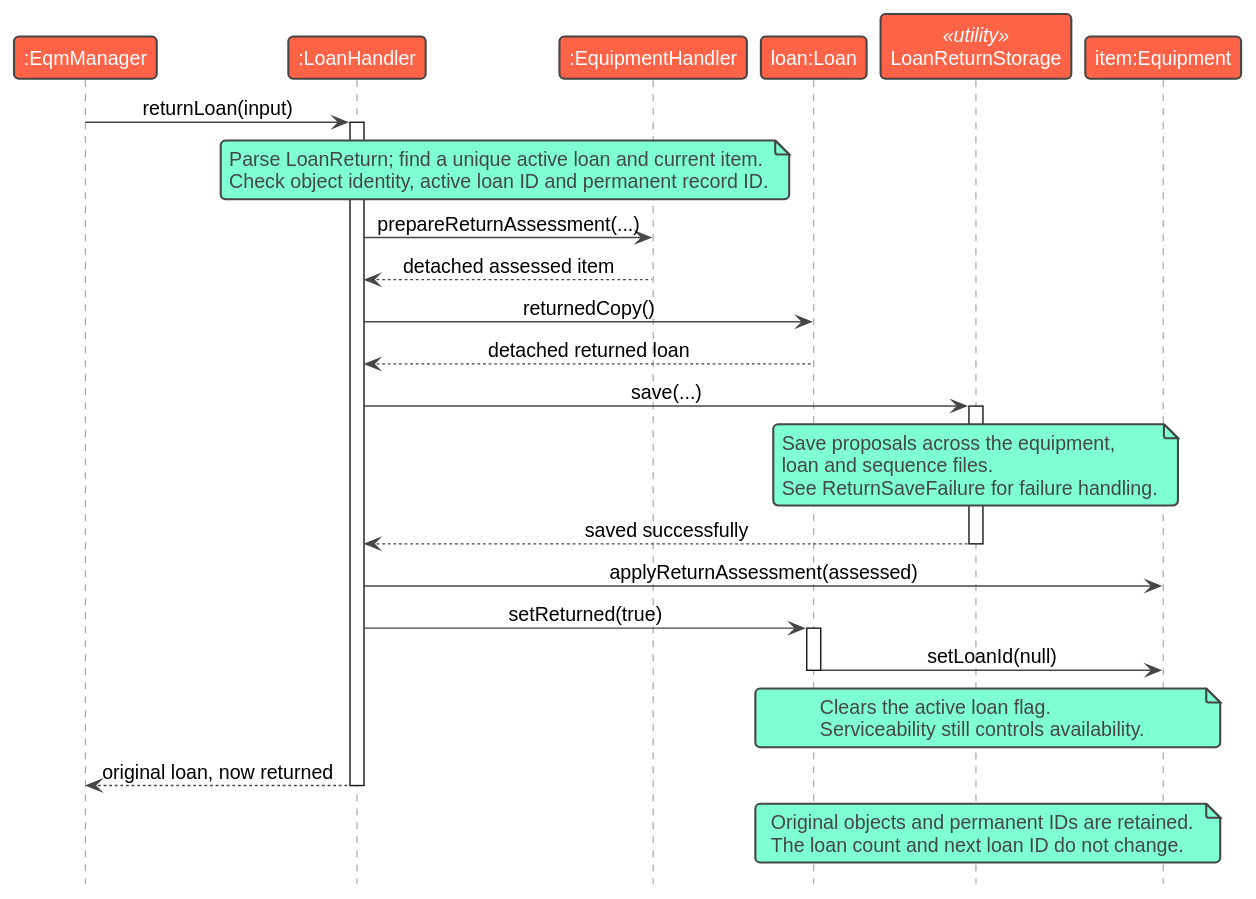
The PlantUML diagram docs/images/ReturnSequence.svg in AY2627S1-CS2113-W13-1/tp, before a commit.
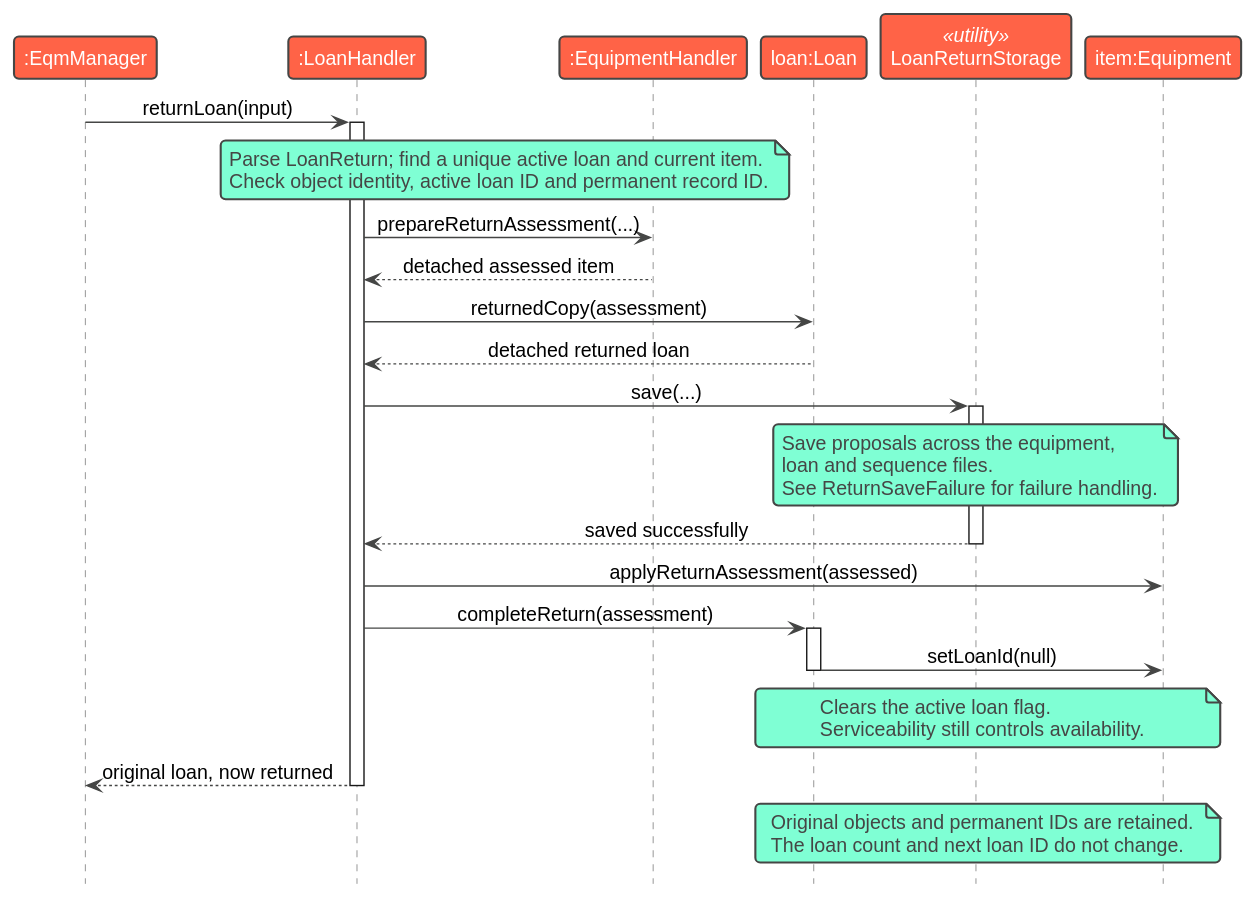
The same file after the commit.

Change to the diagram source:
```diff
@@ -19,7 +19,7 @@
 end note
 Handler -> Inventory: prepareReturnAssessment(...)
 Inventory --> Handler: detached assessed item
-Handler -> Loan: returnedCopy()
+Handler -> Loan: returnedCopy(assessment)
 Loan --> Handler: detached returned loan
 Handler -> Store: save(...)
 activate Store
@@ -31,7 +31,7 @@
 Store --> Handler: saved successfully
 deactivate Store
 Handler -> Item: applyReturnAssessment(assessed)
-Handler -> Loan: setReturned(true)
+Handler -> Loan: completeReturn(assessment)
 activate Loan
 Loan -> Item: setLoanId(null)
 note over Loan, Item
```
